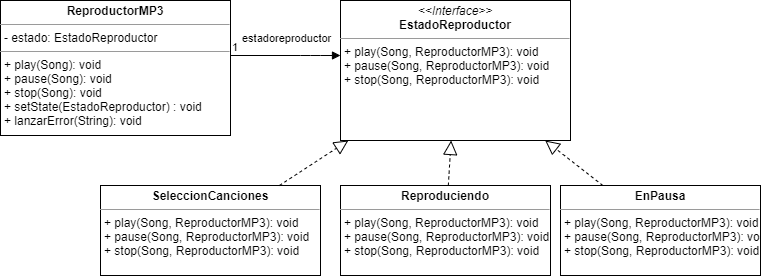
This is src/tpStateStrategy/reproductorMP3/ReproductorMP3.png from CundariNicolas/unqui-poo2-cundari, a draw.io export, as it was before one commit. Source tidied: cells renumbered, new cells last; positions are measured from the earlier drawing's top-left corner, leaving out a move shared by most shapes.
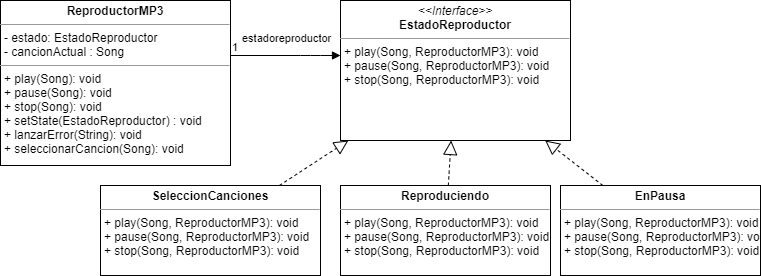
After the change.

The edit, as a diff of the source:
```diff
@@ -2,8 +2,8 @@
   <root>
     <mxCell id="0" />
     <mxCell id="1" parent="0" />
-    <mxCell id="2" value="&lt;p style=&quot;margin: 0px ; margin-top: 4px ; text-align: center&quot;&gt;&lt;b&gt;ReproductorMP3&lt;/b&gt;&lt;/p&gt;&lt;hr size=&quot;1&quot;&gt;&lt;p style=&quot;margin: 0px ; margin-left: 4px&quot;&gt;- estado: EstadoReproductor&lt;/p&gt;&lt;hr size=&quot;1&quot;&gt;&lt;p style=&quot;margin: 0px ; margin-left: 4px&quot;&gt;+ play(Song): void&lt;/p&gt;&lt;p style=&quot;margin: 0px ; margin-left: 4px&quot;&gt;+ pause(Song): void&lt;/p&gt;&lt;p style=&quot;margin: 0px ; margin-left: 4px&quot;&gt;+ stop(Song): void&lt;/p&gt;&lt;p style=&quot;margin: 0px ; margin-left: 4px&quot;&gt;+ setState(EstadoReproductor) : void&lt;/p&gt;&lt;p style=&quot;margin: 0px ; margin-left: 4px&quot;&gt;+ lanzarError(String): void&lt;/p&gt;" style="verticalAlign=top;align=left;overflow=fill;fontSize=12;fontFamily=Helvetica;html=1;" parent="1" vertex="1">
-      <mxGeometry width="230" height="135" as="geometry" />
+    <mxCell id="2" value="&lt;p style=&quot;margin: 0px ; margin-top: 4px ; text-align: center&quot;&gt;&lt;b&gt;ReproductorMP3&lt;/b&gt;&lt;/p&gt;&lt;hr size=&quot;1&quot;&gt;&lt;p style=&quot;margin: 0px ; margin-left: 4px&quot;&gt;- estado: EstadoReproductor&lt;/p&gt;&lt;p style=&quot;margin: 0px ; margin-left: 4px&quot;&gt;- cancionActual : Song&lt;/p&gt;&lt;hr size=&quot;1&quot;&gt;&lt;p style=&quot;margin: 0px ; margin-left: 4px&quot;&gt;+ play(Song): void&lt;/p&gt;&lt;p style=&quot;margin: 0px ; margin-left: 4px&quot;&gt;+ pause(Song): void&lt;/p&gt;&lt;p style=&quot;margin: 0px ; margin-left: 4px&quot;&gt;+ stop(Song): void&lt;/p&gt;&lt;p style=&quot;margin: 0px ; margin-left: 4px&quot;&gt;+ setState(EstadoReproductor) : void&lt;/p&gt;&lt;p style=&quot;margin: 0px ; margin-left: 4px&quot;&gt;+ lanzarError(String): void&lt;/p&gt;&lt;p style=&quot;margin: 0px ; margin-left: 4px&quot;&gt;+ seleccionarCancion(Song): void&lt;/p&gt;" style="verticalAlign=top;align=left;overflow=fill;fontSize=12;fontFamily=Helvetica;html=1;" parent="1" vertex="1">
+      <mxGeometry width="230" height="165" as="geometry" />
     </mxCell>
     <mxCell id="3" value="&lt;p style=&quot;margin: 0px ; margin-top: 4px ; text-align: center&quot;&gt;&lt;b&gt;SeleccionCanciones&lt;/b&gt;&lt;/p&gt;&lt;hr size=&quot;1&quot;&gt;&lt;p style=&quot;margin: 0px ; margin-left: 4px&quot;&gt;&lt;/p&gt;&lt;p style=&quot;margin: 0px 0px 0px 4px&quot;&gt;+ play(Song, ReproductorMP3): void&lt;/p&gt;&lt;p style=&quot;margin: 0px 0px 0px 4px&quot;&gt;+ pause(Song, ReproductorMP3): void&lt;/p&gt;&lt;p style=&quot;margin: 0px 0px 0px 4px&quot;&gt;+ stop(Song, ReproductorMP3): void&lt;/p&gt;" style="verticalAlign=top;align=left;overflow=fill;fontSize=12;fontFamily=Helvetica;html=1;" parent="1" vertex="1">
       <mxGeometry x="100" y="185" width="220" height="90" as="geometry" />
```
